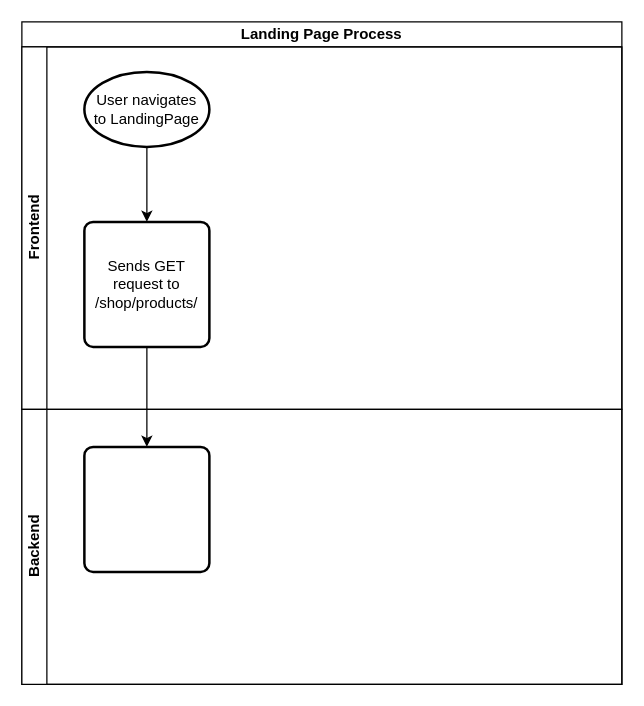
Earlier version of the draw.io diagram diagrams/specific-business-processes/ecommerce.drawio (RHILIUS/E-Commerce-Docs). Source tidied: cells renumbered, new cells numbered last; positions are measured from the earlier drawing's top-left corner, leaving out a move shared by most shapes. Both pictures are drawn from the tidied source at 125%, with x=0, y=0 at pixel (21, 21).
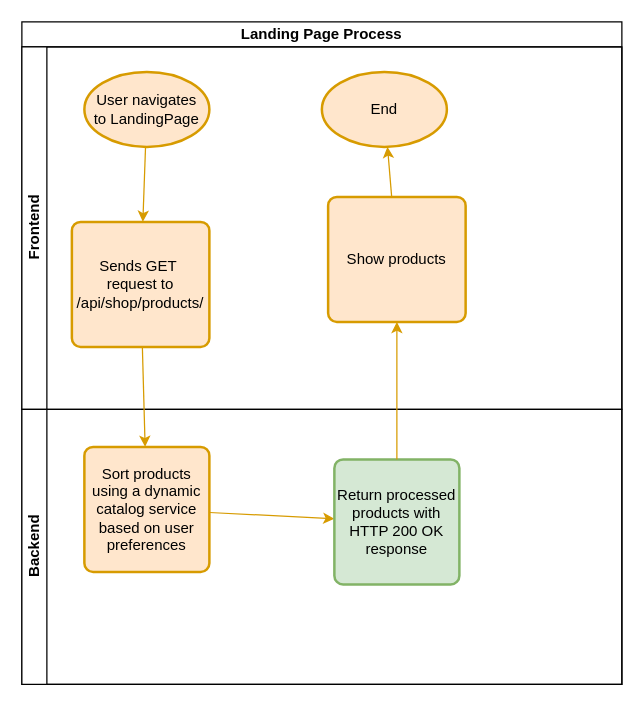
The same page after the edit.

Commit message:
feat(sbp): complete landing-page

The edit, as a diff of the source:
```diff
@@
 <mxGraphModel>
   <root>
     <mxCell id="0" />
     <mxCell id="1" parent="0" />
     <mxCell id="2" value="Landing Page Process" style="swimlane;html=1;horizontal=1;startSize=20;whiteSpace=wrap;" parent="1" vertex="1">
       <mxGeometry width="480" height="530" as="geometry" />
     </mxCell>
     <mxCell id="3" value="Frontend" style="swimlane;html=1;startSize=20;horizontal=0;" parent="2" vertex="1">
       <mxGeometry y="20" width="480" height="290" as="geometry" />
     </mxCell>
-    <mxCell id="4" style="edgeStyle=none;html=1;" parent="3" edge="1" source="5" target="6">
+    <mxCell id="4" style="edgeStyle=none;html=1;fillColor=#ffe6cc;strokeColor=#d79b00;" parent="3" edge="1" source="5" target="6">
       <mxGeometry relative="1" as="geometry" />
     </mxCell>
-    <mxCell id="5" value="User navigates&lt;div&gt;to LandingPage&lt;/div&gt;" style="strokeWidth=2;html=1;shape=mxgraph.flowchart.start_1;whiteSpace=wrap;" parent="3" vertex="1">
+    <mxCell id="5" value="User navigates&lt;div&gt;to LandingPage&lt;/div&gt;" style="strokeWidth=2;html=1;shape=mxgraph.flowchart.start_1;whiteSpace=wrap;fillColor=#ffe6cc;strokeColor=#d79b00;" parent="3" vertex="1">
       <mxGeometry x="50" y="20" width="100" height="60" as="geometry" />
     </mxCell>
-    <mxCell id="6" value="Sends GET request to /shop/products/" style="rounded=1;whiteSpace=wrap;html=1;absoluteArcSize=1;arcSize=14;strokeWidth=2;" parent="3" vertex="1">
-      <mxGeometry x="50" y="140" width="100" height="100" as="geometry" />
+    <mxCell id="6" value="Sends GET&amp;nbsp;&lt;div&gt;request to /api/shop/products/&lt;/div&gt;" style="rounded=1;whiteSpace=wrap;html=1;absoluteArcSize=1;arcSize=14;strokeWidth=2;fillColor=#ffe6cc;strokeColor=#d79b00;" parent="3" vertex="1">
+      <mxGeometry x="40" y="140" width="110" height="100" as="geometry" />
     </mxCell>
+    <mxCell id="10" style="edgeStyle=none;html=1;fillColor=#ffe6cc;strokeColor=#d79b00;" parent="3" edge="1" source="11" target="12">
+      <mxGeometry relative="1" as="geometry" />
+    </mxCell>
+    <mxCell id="11" value="Show products" style="rounded=1;whiteSpace=wrap;html=1;absoluteArcSize=1;arcSize=14;strokeWidth=2;fillColor=#ffe6cc;strokeColor=#d79b00;" parent="3" vertex="1">
+      <mxGeometry x="245" y="120" width="110" height="100" as="geometry" />
+    </mxCell>
+    <mxCell id="12" value="End" style="strokeWidth=2;html=1;shape=mxgraph.flowchart.start_1;whiteSpace=wrap;fillColor=#ffe6cc;strokeColor=#d79b00;" parent="3" vertex="1">
+      <mxGeometry x="240" y="20" width="100" height="60" as="geometry" />
+    </mxCell>
     <mxCell id="7" value="Backend" style="swimlane;html=1;startSize=20;horizontal=0;" parent="2" vertex="1">
       <mxGeometry y="310" width="480" height="220" as="geometry" />
     </mxCell>
+    <mxCell id="13" style="edgeStyle=none;html=1;fillColor=#ffe6cc;strokeColor=#d79b00;" parent="7" edge="1" source="8" target="14">
+      <mxGeometry relative="1" as="geometry" />
+    </mxCell>
-    <mxCell id="8" style="rounded=1;whiteSpace=wrap;html=1;absoluteArcSize=1;arcSize=14;strokeWidth=2;" parent="7" vertex="1">
+    <mxCell id="8" value="Sort products using a dynamic catalog service based on user preferences" style="rounded=1;whiteSpace=wrap;html=1;absoluteArcSize=1;arcSize=14;strokeWidth=2;fillColor=#ffe6cc;strokeColor=#d79b00;" parent="7" vertex="1">
       <mxGeometry x="50" y="30" width="100" height="100" as="geometry" />
     </mxCell>
+    <mxCell id="14" value="Return processed products with HTTP 200 OK response" style="rounded=1;whiteSpace=wrap;html=1;absoluteArcSize=1;arcSize=14;strokeWidth=2;fillColor=#d5e8d4;strokeColor=#82b366;" parent="7" vertex="1">
+      <mxGeometry x="250" y="40" width="100" height="100" as="geometry" />
+    </mxCell>
-    <mxCell id="9" style="edgeStyle=none;html=1;" parent="2" edge="1" source="6" target="8">
+    <mxCell id="9" style="edgeStyle=none;html=1;fillColor=#ffe6cc;strokeColor=#d79b00;" parent="2" edge="1" source="6" target="8">
       <mxGeometry relative="1" as="geometry" />
     </mxCell>
+    <mxCell id="15" style="edgeStyle=none;html=1;fillColor=#ffe6cc;strokeColor=#d79b00;" parent="2" edge="1" source="14" target="11">
+      <mxGeometry relative="1" as="geometry" />
+    </mxCell>
   </root>
 </mxGraphModel>
```
